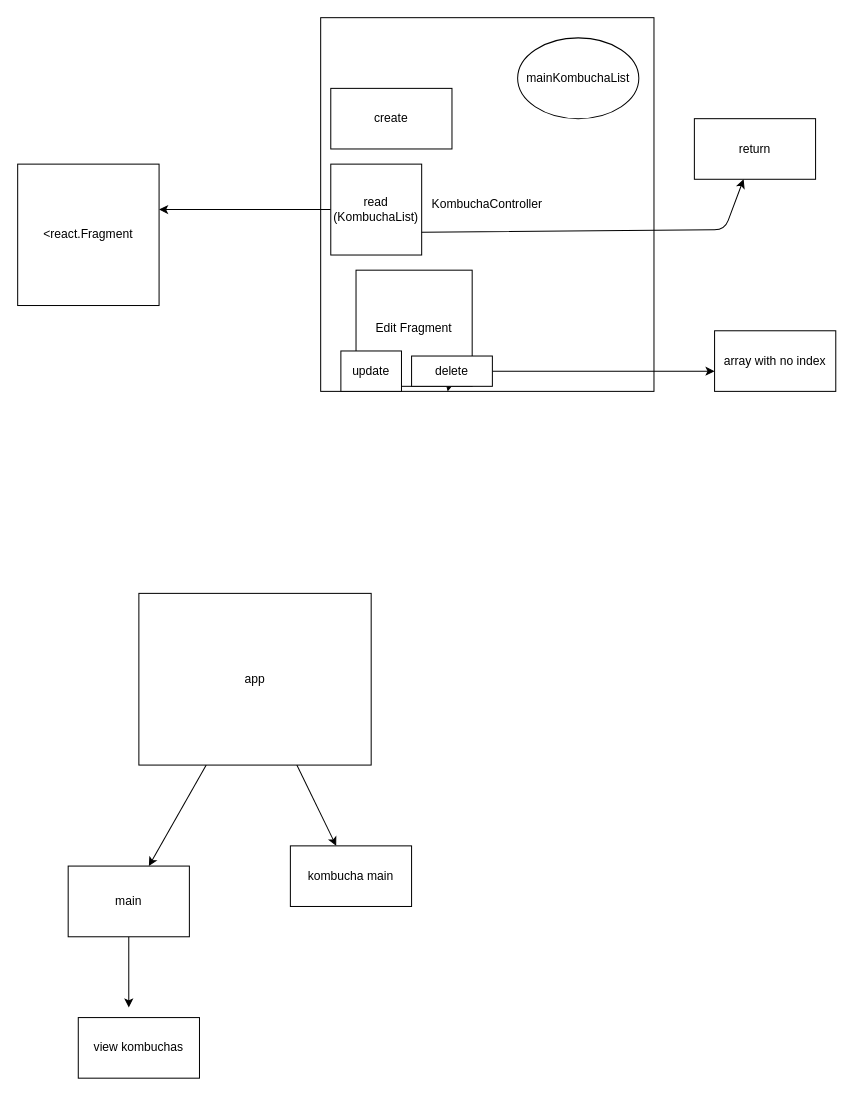
Coltthatcher/Kombucha-club keeps this draw.io diagram as Diagram.drawio. Above is the earlier version. Source tidied: cells renumbered, new cells numbered last; positions are measured from the earlier drawing's top-left corner, leaving out a move shared by most shapes. Both pictures are drawn from the tidied source at 101%, with x=0, y=0 at pixel (17, 17).
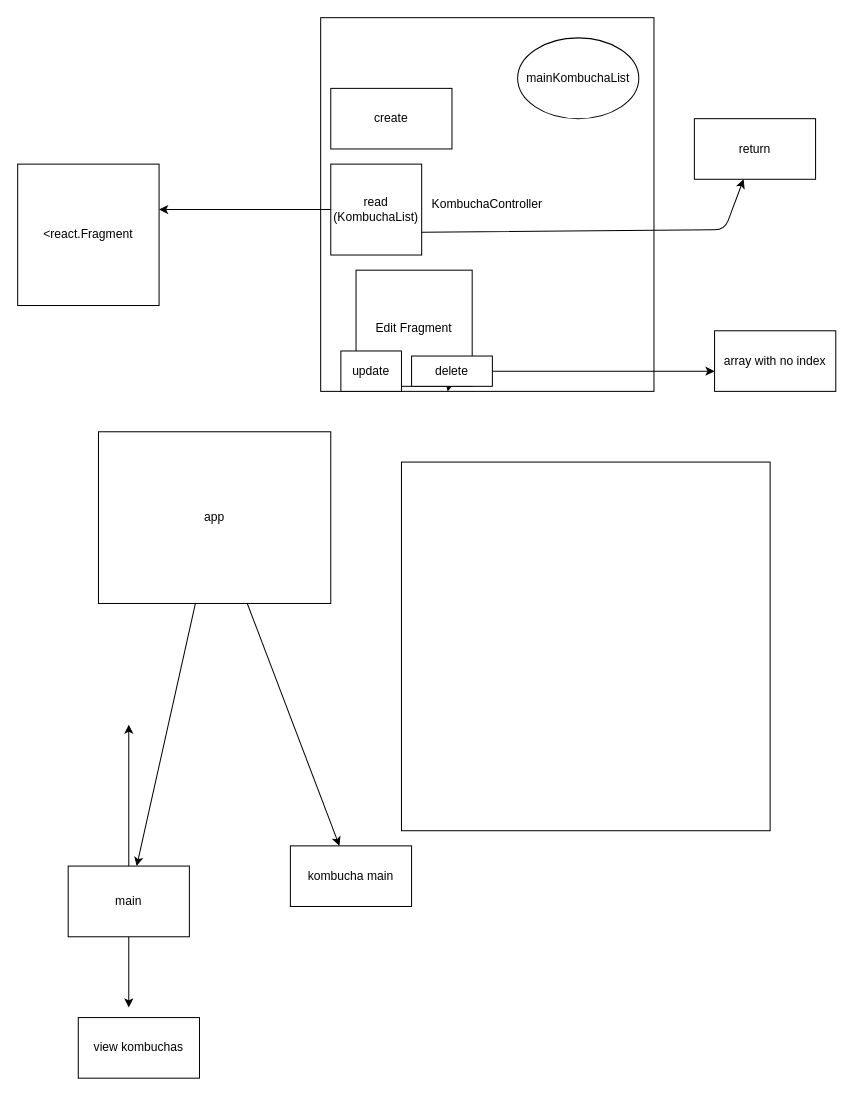
The same diagram, later.

Unchanged cells that the change refers to:
```xml
<mxCell id="20" value="main" style="rounded=0;whiteSpace=wrap;html=1;" parent="1" vertex="1">
  <mxGeometry x="50" y="840" width="120" height="70" as="geometry" />
</mxCell>
```

What changed in the source:
```diff
@@
     <mxCell id="18" value="app" style="rounded=0;whiteSpace=wrap;html=1;" parent="1" vertex="1">
-      <mxGeometry x="120" y="570" width="230" height="170" as="geometry" />
+      <mxGeometry x="80" y="410" width="230" height="170" as="geometry" />
     </mxCell>
@@
+    <mxCell id="23" style="edgeStyle=none;html=1;exitX=0.5;exitY=0;exitDx=0;exitDy=0;" parent="1" edge="1" source="20">
+      <mxGeometry relative="1" as="geometry">
+        <mxPoint x="110" y="700" as="targetPoint" />
+      </mxGeometry>
+    </mxCell>
@@
+    <mxCell id="24" style="whiteSpace=wrap;html=1;" parent="1" vertex="1">
+      <mxGeometry x="380" y="440" width="365" height="365" as="geometry" />
+    </mxCell>
```
